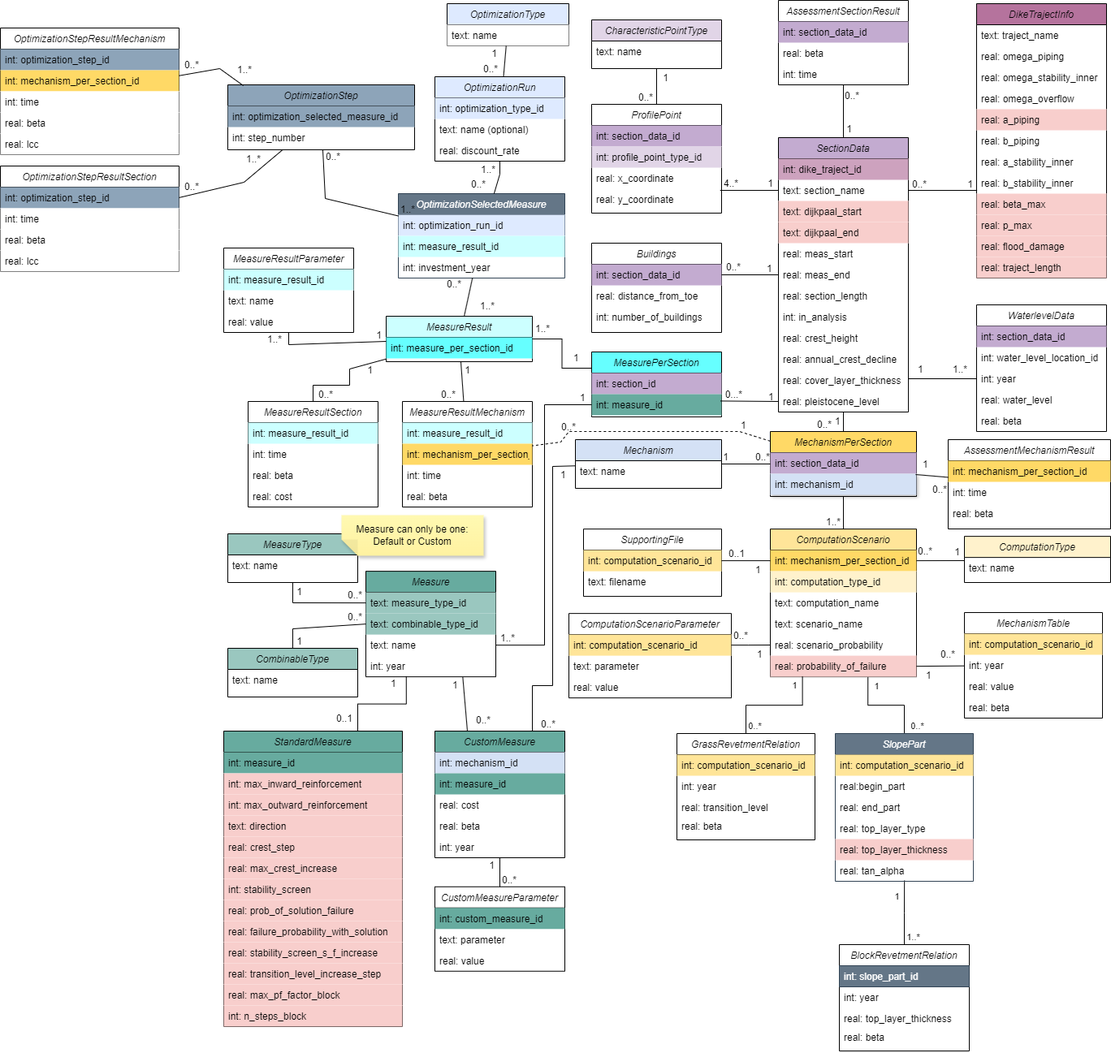
Above: docs/db_diagram/vrtool_sql_input.drawio.png in Deltares/Veiligheidsrendement (draw.io), before the change. Source tidied: cells renumbered, new cells last; positions are measured from the earlier drawing's top-left corner, leaving out a move shared by most shapes.
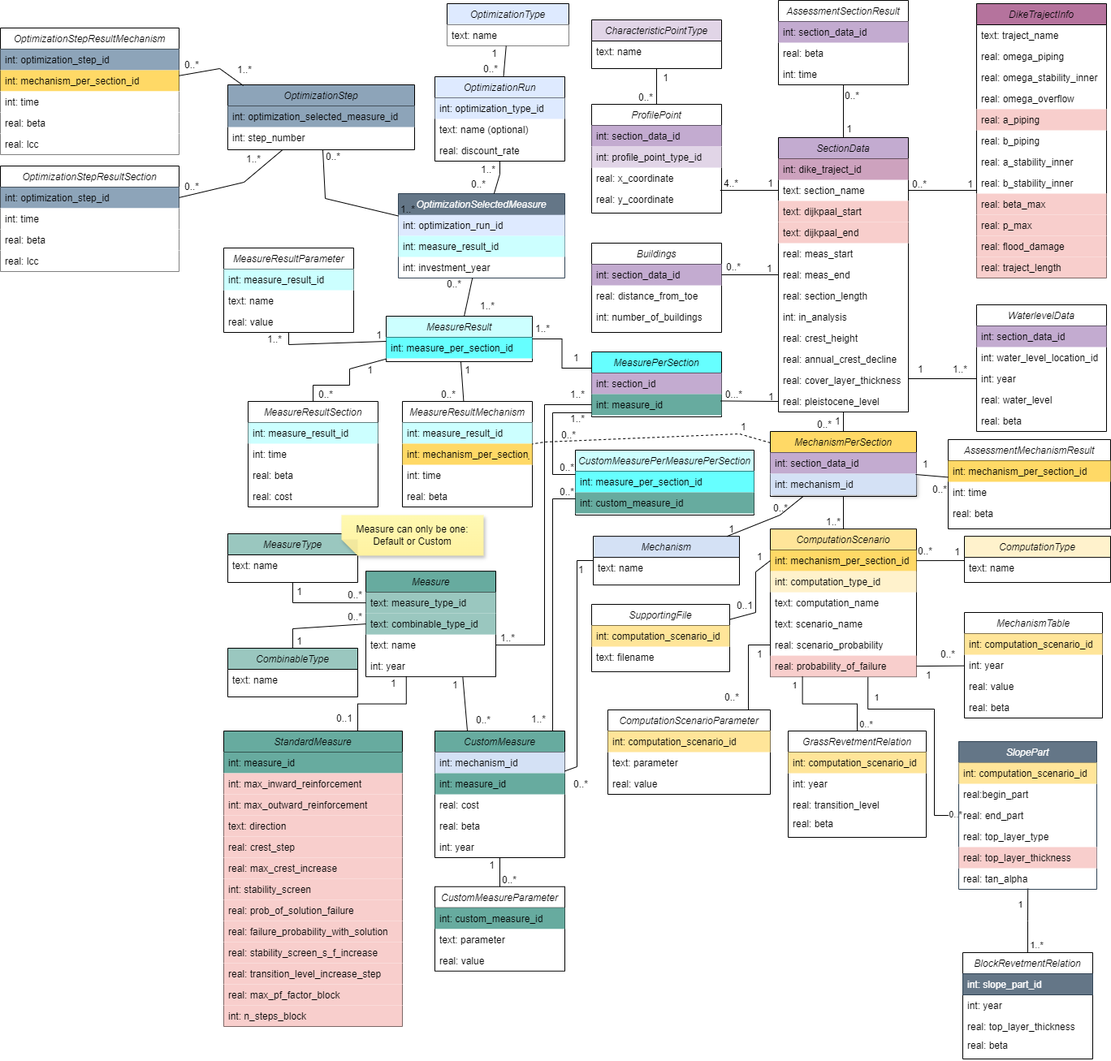
After the change.

Commit message:
docs: Updated official db diagram

The edit, as a diff of the source:
```diff
@@ -135,7 +135,7 @@
       <mxGeometry y="130" width="160" height="26" as="geometry" />
     </mxCell>
     <mxCell id="46" value="ComputationScenarioParameter" style="swimlane;fontStyle=2;align=center;verticalAlign=top;horizontal=1;startSize=26;rounded=0;shadow=0;strokeWidth=1;fillColor=none;" parent="1" vertex="1">
-      <mxGeometry x="700" y="755.1" width="200" height="104" as="geometry" />
+      <mxGeometry x="748" y="874" width="200" height="104" as="geometry" />
     </mxCell>
     <mxCell id="47" value="int: computation_scenario_id" style="text;align=left;verticalAlign=top;spacingLeft=4;spacingRight=4;overflow=hidden;points=[[0,0.5],[1,0.5]];portConstraint=eastwest;rounded=0;shadow=0;html=0;fillColor=#FFE599;" parent="46" vertex="1">
       <mxGeometry y="26" width="200" height="26" as="geometry" />
@@ -217,9 +217,9 @@
         </Array>
       </mxGeometry>
     </mxCell>
-    <mxCell id="68" value="1" style="html=1;whiteSpace=wrap;align=left;verticalAlign=bottom;" parent="67" vertex="1">
+    <mxCell id="68" value="1..*" style="html=1;whiteSpace=wrap;align=left;verticalAlign=bottom;" parent="67" vertex="1">
       <mxGeometry x="-1" relative="1" as="geometry">
-        <mxPoint x="-16" as="offset" />
+        <mxPoint x="-28" y="-4" as="offset" />
       </mxGeometry>
     </mxCell>
     <mxCell id="69" value="1..*" style="html=1;whiteSpace=wrap;align=right;verticalAlign=bottom;" parent="67" vertex="1">
@@ -241,7 +241,7 @@
       </mxGeometry>
     </mxCell>
     <mxCell id="73" value="Mechanism" style="swimlane;fontStyle=2;align=center;verticalAlign=top;horizontal=1;startSize=26;rounded=0;shadow=0;strokeWidth=1;fillColor=#D4E1F5;" parent="1" vertex="1">
-      <mxGeometry x="708" y="541" width="180" height="60" as="geometry" />
+      <mxGeometry x="730" y="660.1" width="180" height="60" as="geometry" />
     </mxCell>
     <mxCell id="74" value="text: name" style="text;align=left;verticalAlign=top;spacingLeft=4;spacingRight=4;overflow=hidden;rounded=0;shadow=0;html=0;" parent="73" vertex="1">
       <mxGeometry y="26" width="180" height="26" as="geometry" />
@@ -253,11 +253,15 @@
       <mxGeometry y="26" width="160" height="26" as="geometry" />
     </mxCell>
     <mxCell id="77" style="endArrow=none;html=1;rounded=0;" parent="1" edge="1" source="34" target="73">
-      <mxGeometry relative="1" as="geometry" />
+      <mxGeometry relative="1" as="geometry">
+        <Array as="points">
+          <mxPoint x="960" y="634" />
+        </Array>
+      </mxGeometry>
     </mxCell>
     <mxCell id="78" value="0..*" style="html=1;whiteSpace=wrap;align=left;verticalAlign=bottom;" parent="77" vertex="1">
       <mxGeometry x="-1" relative="1" as="geometry">
-        <mxPoint x="-20" as="offset" />
+        <mxPoint x="-38" y="23" as="offset" />
       </mxGeometry>
     </mxCell>
     <mxCell id="79" value="1" style="html=1;whiteSpace=wrap;align=right;verticalAlign=bottom;" parent="77" vertex="1">
@@ -414,12 +418,11 @@
         <mxPoint x="-5" y="18" as="offset" />
       </mxGeometry>
     </mxCell>
-    <mxCell id="123" style="endArrow=none;html=1;rounded=0;entryX=0.75;entryY=0;entryDx=0;entryDy=0;" parent="1" edge="1" source="73" target="108">
+    <mxCell id="123" style="endArrow=none;html=1;rounded=0;" parent="1" edge="1" source="73" target="108">
       <mxGeometry relative="1" as="geometry">
         <Array as="points">
-          <mxPoint x="680" y="574" />
-          <mxPoint x="680" y="844" />
-          <mxPoint x="655" y="844" />
+          <mxPoint x="710" y="690" />
+          <mxPoint x="710" y="944" />
         </Array>
       </mxGeometry>
     </mxCell>
@@ -430,7 +433,7 @@
     </mxCell>
     <mxCell id="125" value="0..*" style="html=1;whiteSpace=wrap;align=right;verticalAlign=bottom;" parent="123" vertex="1">
       <mxGeometry x="1" relative="1" as="geometry">
-        <mxPoint x="30" as="offset" />
+        <mxPoint x="30" y="25" as="offset" />
       </mxGeometry>
     </mxCell>
     <mxCell id="126" style="endArrow=none;html=1;rounded=0;exitX=0;exitY=0.5;exitDx=0;exitDy=0;" parent="1" edge="1" source="20" target="114">
@@ -555,7 +558,7 @@
       </mxGeometry>
     </mxCell>
     <mxCell id="157" value="SupportingFile" style="swimlane;fontStyle=2;align=center;verticalAlign=top;horizontal=1;startSize=26;rounded=0;shadow=0;strokeWidth=1;fillColor=none;" parent="1" vertex="1">
-      <mxGeometry x="718" y="651.1" width="170" height="82.9" as="geometry" />
+      <mxGeometry x="728" y="744" width="170" height="82.9" as="geometry" />
     </mxCell>
     <mxCell id="158" value="int: computation_scenario_id" style="text;align=left;verticalAlign=top;spacingLeft=4;spacingRight=4;overflow=hidden;points=[[0,0.5],[1,0.5]];portConstraint=eastwest;rounded=0;shadow=0;html=0;fillColor=#FFE599;" parent="157" vertex="1">
       <mxGeometry y="26" width="170" height="26" as="geometry" />
@@ -563,17 +566,22 @@
     <mxCell id="159" value="text: filename" style="text;align=left;verticalAlign=top;spacingLeft=4;spacingRight=4;overflow=hidden;rounded=0;shadow=0;html=0;" parent="157" vertex="1">
       <mxGeometry y="52" width="170" height="26" as="geometry" />
     </mxCell>
-    <mxCell id="160" style="endArrow=none;html=1;rounded=0;entryX=1;entryY=0.5;entryDx=0;entryDy=0;exitX=0;exitY=0.5;exitDx=0;exitDy=0;" parent="1" edge="1" source="52" target="158">
-      <mxGeometry relative="1" as="geometry" />
+    <mxCell id="160" style="endArrow=none;html=1;rounded=0;exitX=0;exitY=0.5;exitDx=0;exitDy=0;" parent="1" edge="1" source="52" target="157">
+      <mxGeometry relative="1" as="geometry">
+        <Array as="points">
+          <mxPoint x="930" y="704" />
+          <mxPoint x="930" y="754" />
+        </Array>
+      </mxGeometry>
     </mxCell>
     <mxCell id="161" value="1" style="html=1;whiteSpace=wrap;align=left;verticalAlign=bottom;" parent="160" vertex="1">
       <mxGeometry x="-1" relative="1" as="geometry">
-        <mxPoint x="-20" y="20" as="offset" />
+        <mxPoint x="-18" y="4" as="offset" />
       </mxGeometry>
     </mxCell>
     <mxCell id="162" value="0..1" style="html=1;whiteSpace=wrap;align=right;verticalAlign=bottom;" parent="160" vertex="1">
       <mxGeometry x="1" relative="1" as="geometry">
-        <mxPoint x="30" as="offset" />
+        <mxPoint x="30" y="-9" as="offset" />
       </mxGeometry>
     </mxCell>
     <mxCell id="163" style="edgeStyle=orthogonalEdgeStyle;rounded=0;jettySize=auto;html=1;entryX=0.501;entryY=0.962;entryDx=0;entryDy=0;entryPerimeter=0;endArrow=none;endFill=0;" parent="1" edge="1" source="166" target="180">
@@ -590,7 +598,7 @@
       </mxGeometry>
     </mxCell>
     <mxCell id="166" value="BlockRevetmentRelation" style="swimlane;fontStyle=2;align=center;verticalAlign=top;horizontal=1;startSize=26;rounded=0;shadow=0;strokeWidth=1;fillColor=none;" parent="1" vertex="1">
-      <mxGeometry x="1033" y="1163" width="160" height="131" as="geometry" />
+      <mxGeometry x="1185" y="1173" width="160" height="131" as="geometry" />
     </mxCell>
     <mxCell id="167" value="int: slope_part_id" style="text;align=left;verticalAlign=top;spacingLeft=4;spacingRight=4;overflow=hidden;rounded=0;shadow=0;html=0;fillColor=#647687;strokeColor=#314354;fontColor=#ffffff;" parent="166" vertex="1">
       <mxGeometry y="26" width="160" height="26" as="geometry" />
@@ -605,7 +613,13 @@
       <mxGeometry y="101" width="160" height="29" as="geometry" />
     </mxCell>
     <mxCell id="171" style="edgeStyle=orthogonalEdgeStyle;rounded=0;jettySize=auto;html=1;entryX=0.668;entryY=1.026;entryDx=0;entryDy=0;entryPerimeter=0;endArrow=none;endFill=0;" parent="1" edge="1" source="174" target="57">
-      <mxGeometry relative="1" as="geometry" />
+      <mxGeometry relative="1" as="geometry">
+        <Array as="points">
+          <mxPoint x="1150" y="1004" />
+          <mxPoint x="1150" y="873" />
+          <mxPoint x="1068" y="873" />
+        </Array>
+      </mxGeometry>
     </mxCell>
     <mxCell id="172" value="1" style="edgeLabel;html=1;align=center;verticalAlign=middle;" parent="171" vertex="1">
       <mxGeometry x="0.83" relative="1" as="geometry">
@@ -618,7 +632,7 @@
       </mxGeometry>
     </mxCell>
     <mxCell id="174" value="SlopePart" style="swimlane;fontStyle=2;align=center;verticalAlign=top;horizontal=1;startSize=26;rounded=0;shadow=0;strokeWidth=1;fillColor=#647687;strokeColor=#314354;fontColor=#ffffff;" parent="1" vertex="1">
-      <mxGeometry x="1028" y="903" width="170" height="182" as="geometry" />
+      <mxGeometry x="1180" y="913" width="170" height="182" as="geometry" />
     </mxCell>
     <mxCell id="175" value="int: computation_scenario_id" style="text;align=left;verticalAlign=top;spacingLeft=4;spacingRight=4;overflow=hidden;rounded=0;shadow=0;html=0;fillColor=#FFE599;" parent="174" vertex="1">
       <mxGeometry y="26" width="170" height="26" as="geometry" />
@@ -652,7 +666,7 @@
       </mxGeometry>
     </mxCell>
     <mxCell id="184" value="GrassRevetmentRelation" style="swimlane;fontStyle=2;align=center;verticalAlign=top;horizontal=1;startSize=26;rounded=0;shadow=0;strokeWidth=1;fillColor=none;" parent="1" vertex="1">
-      <mxGeometry x="833" y="903" width="170" height="131" as="geometry" />
+      <mxGeometry x="970" y="900" width="170" height="131" as="geometry" />
     </mxCell>
     <mxCell id="185" value="int: computation_scenario_id" style="text;align=left;verticalAlign=top;spacingLeft=4;spacingRight=4;overflow=hidden;rounded=0;shadow=0;html=0;fillColor=#FFE599;" parent="184" vertex="1">
       <mxGeometry y="26" width="170" height="26" as="geometry" />
@@ -674,12 +688,11 @@
     <mxCell id="190" value="1..*" style="html=1;whiteSpace=wrap;align=right;verticalAlign=bottom;fillColor=none;" parent="1" vertex="1">
       <mxGeometry x="1192" y="463" as="geometry" />
     </mxCell>
-    <mxCell id="191" style="edgeStyle=orthogonalEdgeStyle;rounded=0;jettySize=auto;html=1;endArrow=none;endFill=0;" parent="1" edge="1" source="47">
+    <mxCell id="191" style="edgeStyle=orthogonalEdgeStyle;rounded=0;jettySize=auto;html=1;endArrow=none;endFill=0;" parent="1" edge="1" source="46">
       <mxGeometry relative="1" as="geometry">
         <mxPoint x="948" y="794" as="targetPoint" />
         <Array as="points">
           <mxPoint x="921" y="794" />
-          <mxPoint x="1038" y="794" />
         </Array>
       </mxGeometry>
     </mxCell>
@@ -689,7 +702,7 @@
       </mxGeometry>
     </mxCell>
     <mxCell id="193" value="0..*" style="html=1;whiteSpace=wrap;align=right;verticalAlign=bottom;" parent="1" vertex="1">
-      <mxGeometry x="921" y="798" as="geometry">
+      <mxGeometry x="910" y="874" as="geometry">
         <mxPoint x="1" y="-7" as="offset" />
       </mxGeometry>
     </mxCell>
@@ -950,12 +963,11 @@
         <mxPoint x="10" y="-30" as="offset" />
       </mxGeometry>
     </mxCell>
-    <mxCell id="261" style="endArrow=none;html=1;rounded=0;dashed=1;" parent="1" edge="1" source="34" target="247">
+    <mxCell id="261" style="endArrow=none;html=1;rounded=0;dashed=1;" parent="1" edge="1" source="34" target="245">
       <mxGeometry relative="1" as="geometry">
         <Array as="points">
-          <mxPoint x="910" y="531" />
-          <mxPoint x="700" y="531" />
-          <mxPoint x="690" y="544" />
+          <mxPoint x="910" y="534" />
+          <mxPoint x="670" y="544" />
         </Array>
       </mxGeometry>
     </mxCell>
@@ -966,7 +978,7 @@
     </mxCell>
     <mxCell id="263" value="0..*" style="html=1;whiteSpace=wrap;align=right;verticalAlign=bottom;" parent="261" vertex="1">
       <mxGeometry x="1" relative="1" as="geometry">
-        <mxPoint x="55" y="-15" as="offset" />
+        <mxPoint x="55" y="-2" as="offset" />
       </mxGeometry>
     </mxCell>
     <mxCell id="264" value="OptimizationStepResultMechanism" style="swimlane;fontStyle=2;align=center;verticalAlign=top;horizontal=1;startSize=26;rounded=0;shadow=0;strokeWidth=1;fillColor=#FFFFFF;" parent="1" vertex="1">
@@ -1036,5 +1048,45 @@
         <mxPoint x="26" y="-5" as="offset" />
       </mxGeometry>
     </mxCell>
+    <mxCell id="281" value="CustomMeasurePerMeasurePerSection" style="swimlane;fontStyle=2;align=center;verticalAlign=top;horizontal=1;startSize=26;rounded=0;shadow=0;strokeWidth=1;fillColor=#CCFFFF;" parent="1" vertex="1">
+      <mxGeometry x="708" y="554" width="220" height="80" as="geometry" />
+    </mxCell>
+    <mxCell id="282" value="int: measure_per_section_id" style="text;align=left;verticalAlign=top;spacingLeft=4;spacingRight=4;overflow=hidden;rounded=0;shadow=0;html=0;fillColor=#66FFFF;" parent="281" vertex="1">
+      <mxGeometry y="26" width="220" height="26" as="geometry" />
+    </mxCell>
+    <mxCell id="283" value="int: custom_measure_id" style="text;align=left;verticalAlign=top;spacingLeft=4;spacingRight=4;overflow=hidden;rounded=0;shadow=0;html=0;fillColor=#67AB9F;" parent="281" vertex="1">
+      <mxGeometry y="52" width="220" height="26" as="geometry" />
+    </mxCell>
+    <mxCell id="284" style="endArrow=none;html=1;rounded=0;edgeStyle=orthogonalEdgeStyle;" parent="1" edge="1" source="37" target="281">
+      <mxGeometry relative="1" as="geometry">
+        <Array as="points">
+          <mxPoint x="680" y="508" />
+          <mxPoint x="680" y="584" />
+        </Array>
+      </mxGeometry>
+    </mxCell>
+    <mxCell id="285" value="1..*" style="html=1;whiteSpace=wrap;align=left;verticalAlign=bottom;" parent="284" vertex="1">
+      <mxGeometry x="-1" relative="1" as="geometry">
+        <mxPoint x="-28" y="16" as="offset" />
+      </mxGeometry>
+    </mxCell>
+    <mxCell id="286" value="0..*" style="html=1;whiteSpace=wrap;align=right;verticalAlign=bottom;" parent="284" vertex="1">
+      <mxGeometry x="1" relative="1" as="geometry" />
+    </mxCell>
+    <mxCell id="287" style="endArrow=none;html=1;rounded=0;edgeStyle=orthogonalEdgeStyle;" parent="1" edge="1" source="108" target="281">
+      <mxGeometry relative="1" as="geometry">
+        <Array as="points">
+          <mxPoint x="680" y="614" />
+        </Array>
+      </mxGeometry>
+    </mxCell>
+    <mxCell id="288" value="1..*" style="html=1;whiteSpace=wrap;align=left;verticalAlign=bottom;" parent="287" vertex="1">
+      <mxGeometry x="-1" relative="1" as="geometry">
+        <mxPoint x="-28" y="-6" as="offset" />
+      </mxGeometry>
+    </mxCell>
+    <mxCell id="289" value="0..*" style="html=1;whiteSpace=wrap;align=right;verticalAlign=bottom;" parent="287" vertex="1">
+      <mxGeometry x="1" relative="1" as="geometry" />
+    </mxCell>
   </root>
 </mxGraphModel>
```
